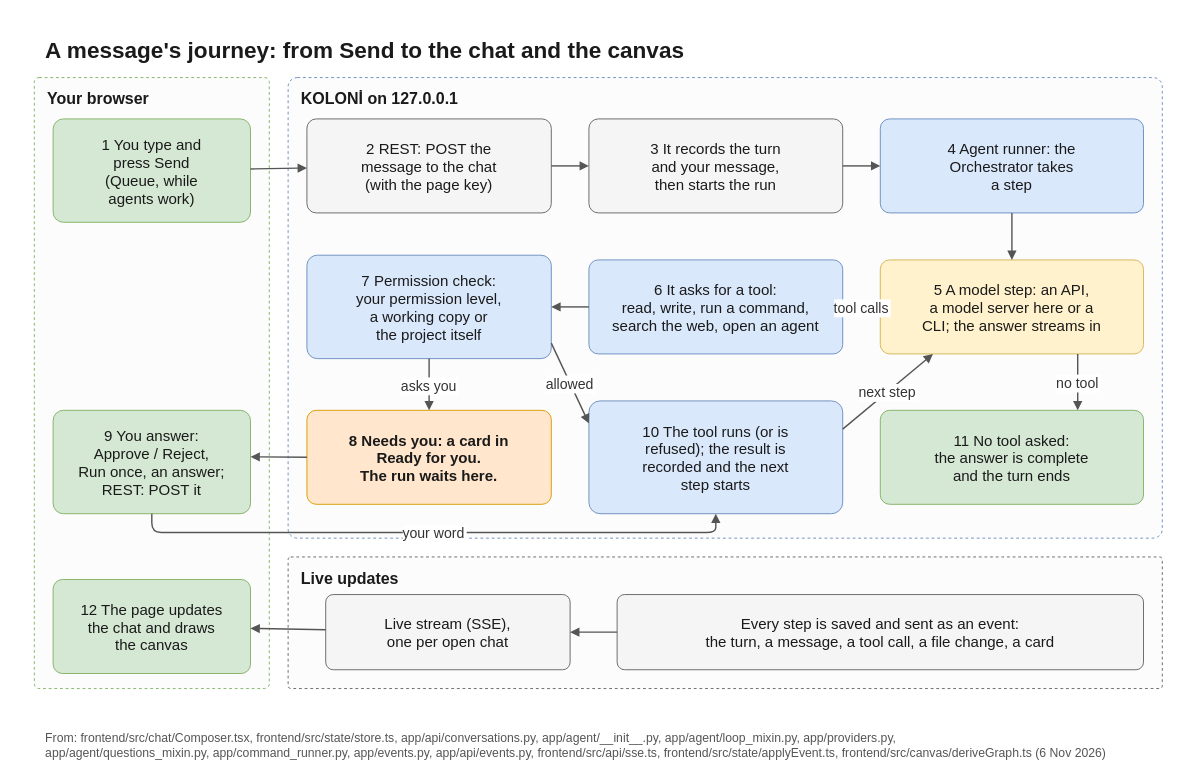
This is docs/diagrams/message-flow.drawio from flyingriverhorse/Koloni, a draw.io file, before an edit. Source tidied: cells renumbered, new cells numbered last; positions are measured from the earlier drawing's top-left corner, leaving out a move shared by most shapes. Both pictures are drawn from the tidied source at 94%, with x=0, y=0 at pixel (15, 15).
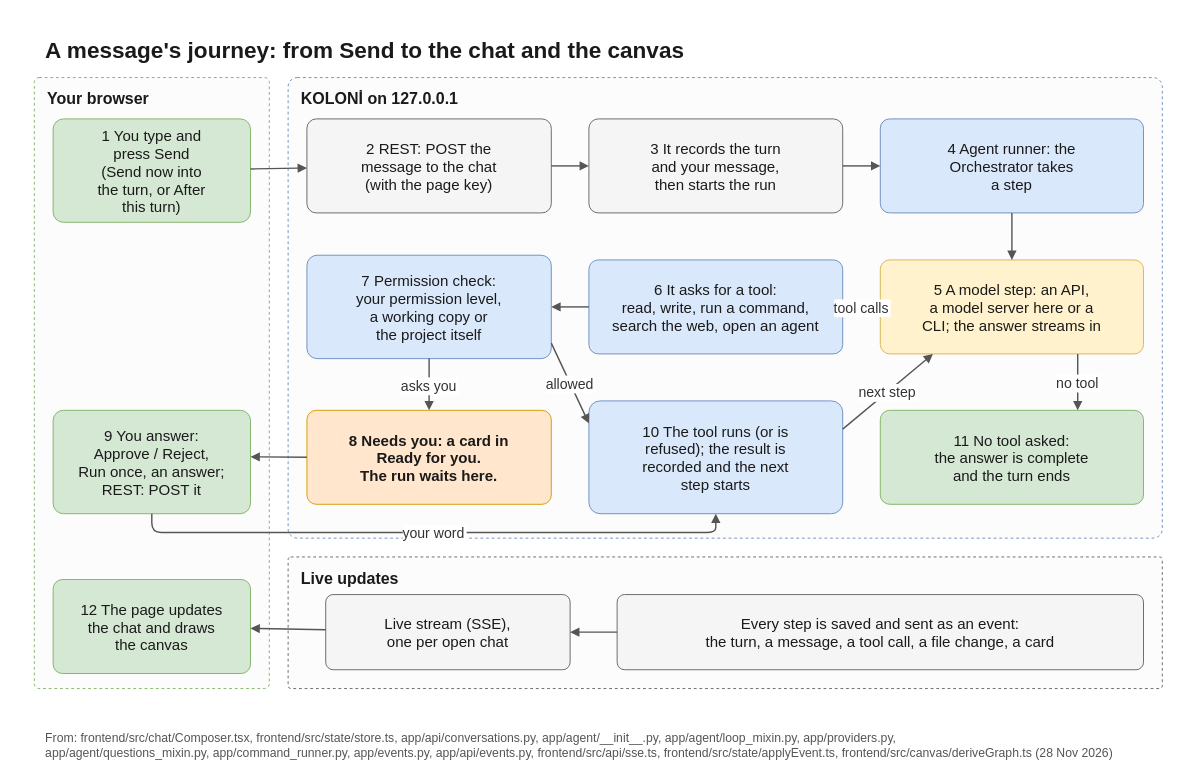
Above is the later version.

The edit, as a diff of the source:
```diff
@@
-    <mxCell id="6" value="1  You type and&#10;press Send&#10;(Queue, while&#10;agents work)" style="rounded=1;arcSize=10;fillColor=#d5e8d4;strokeColor=#82b366;fontFamily=Helvetica;fontColor=#1a1a1a;fontSize=16;spacing=6;" parent="1" vertex="1">
+    <mxCell id="6" value="1  You type and&#10;press Send&#10;(Send now into&#10;the turn, or After&#10;this turn)" style="rounded=1;arcSize=10;fillColor=#d5e8d4;strokeColor=#82b366;fontFamily=Helvetica;fontColor=#1a1a1a;fontSize=16;spacing=6;" parent="1" vertex="1">
       <mxGeometry x="40" y="110" width="210" height="110" as="geometry" />
     </mxCell>
@@
-    <mxCell id="35" value="From: frontend/src/chat/Composer.tsx, frontend/src/state/store.ts, app/api/conversations.py, app/agent/__init__.py, app/agent/loop_mixin.py, app/providers.py,&#10;app/agent/questions_mixin.py, app/command_runner.py, app/events.py, app/api/events.py, frontend/src/api/sse.ts, frontend/src/state/applyEvent.ts, frontend/src/canvas/deriveGraph.ts (6 Nov 2026)" style="text;strokeColor=none;fillColor=none;fontFamily=Helvetica;fontColor=#555555;fontSize=13;align=left;verticalAlign=top;" parent="1" vertex="1">
+    <mxCell id="35" value="From: frontend/src/chat/Composer.tsx, frontend/src/state/store.ts, app/api/conversations.py, app/agent/__init__.py, app/agent/loop_mixin.py, app/providers.py,&#10;app/agent/questions_mixin.py, app/command_runner.py, app/events.py, app/api/events.py, frontend/src/api/sse.ts, frontend/src/state/applyEvent.ts, frontend/src/canvas/deriveGraph.ts (28 Nov 2026)" style="text;strokeColor=none;fillColor=none;fontFamily=Helvetica;fontColor=#555555;fontSize=13;align=left;verticalAlign=top;" parent="1" vertex="1">
       <mxGeometry x="30" y="754" width="1180" height="40" as="geometry" />
     </mxCell>
```
